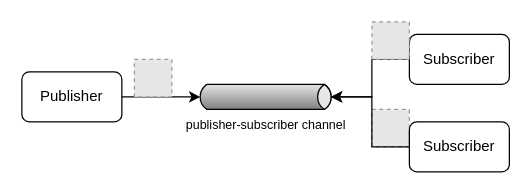
Above: imagens/10-mensageria-e-eventos/publisher-subscriber.drawio in caelum/apostila-microservices-com-spring-cloud (draw.io), before the change. Source tidied: cells renumbered, new cells numbered last; positions are measured from the earlier drawing's top-left corner, leaving out a move shared by most shapes. Both pictures are drawn from the tidied source at 125%, with x=0, y=0 at pixel (21, 21). Pictures stored in the file or linked from it are replaced by grey dashed boxes.
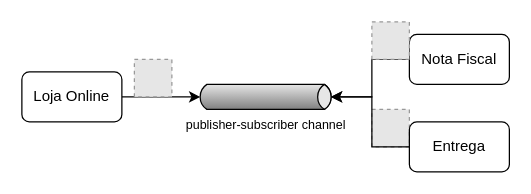
The same diagram, later.

What changed in the source:
```diff
@@
 <mxGraphModel>
   <root>
     <mxCell id="0" />
     <mxCell id="1" parent="0" />
     <mxCell id="2" style="edgeStyle=orthogonalEdgeStyle;rounded=0;jettySize=auto;html=1;exitX=1;exitY=0.5;exitDx=0;exitDy=0;entryX=0;entryY=0.5;entryDx=2.7;entryDy=0;entryPerimeter=0;fontColor=#000000;" parent="1" edge="1" source="3" target="4">
       <mxGeometry relative="1" as="geometry" />
     </mxCell>
-    <mxCell id="3" value="Publisher" style="rounded=1;whiteSpace=wrap;html=1;" parent="1" vertex="1">
+    <mxCell id="3" value="Loja Online" style="rounded=1;whiteSpace=wrap;html=1;" parent="1" vertex="1">
       <mxGeometry y="40" width="80" height="40" as="geometry" />
     </mxCell>
     <mxCell id="4" value="&lt;font style=&quot;font-size: 10px&quot;&gt;publisher-subscriber channel&lt;/font&gt;" style="strokeWidth=1;outlineConnect=0;dashed=0;align=center;html=1;fontSize=8;shape=mxgraph.eip.messageChannel;verticalLabelPosition=bottom;labelBackgroundColor=#ffffff;verticalAlign=top;" parent="1" vertex="1">
       <mxGeometry x="140" y="50" width="110" height="20" as="geometry" />
     </mxCell>
     <mxCell id="5" style="edgeStyle=orthogonalEdgeStyle;rounded=0;jettySize=auto;html=1;exitX=0;exitY=0.5;exitDx=0;exitDy=0;entryX=1;entryY=0.5;entryDx=-2.7;entryDy=0;entryPerimeter=0;fontColor=#000000;" parent="1" edge="1" source="6" target="4">
       <mxGeometry relative="1" as="geometry" />
     </mxCell>
-    <mxCell id="6" value="Subscriber" style="rounded=1;whiteSpace=wrap;html=1;" parent="1" vertex="1">
+    <mxCell id="6" value="Nota Fiscal" style="rounded=1;whiteSpace=wrap;html=1;" parent="1" vertex="1">
       <mxGeometry x="310" y="10" width="80" height="40" as="geometry" />
     </mxCell>
     <mxCell id="7" style="fillColor=#E6E6E6;strokeColor=#999999;dashed=1;html=1;verticalAlign=top;verticalLabelPosition=bottom;labelBackgroundColor=#ffffff;fontColor=#000000;" parent="1" vertex="1">
       <mxGeometry x="280" y="70" width="30" height="30" as="geometry" />
     </mxCell>
     <mxCell id="8" style="edgeStyle=orthogonalEdgeStyle;rounded=0;jettySize=auto;html=1;exitX=0;exitY=0.5;exitDx=0;exitDy=0;entryX=1;entryY=0.5;entryDx=-2.7;entryDy=0;entryPerimeter=0;fontColor=#000000;" parent="1" edge="1" source="9" target="4">
       <mxGeometry relative="1" as="geometry">
         <Array as="points">
           <mxPoint x="280" y="100" />
           <mxPoint x="280" y="60" />
         </Array>
       </mxGeometry>
     </mxCell>
-    <mxCell id="9" value="Subscriber" style="rounded=1;whiteSpace=wrap;html=1;" parent="1" vertex="1">
+    <mxCell id="9" value="Entrega" style="rounded=1;whiteSpace=wrap;html=1;" parent="1" vertex="1">
       <mxGeometry x="310" y="80" width="80" height="40" as="geometry" />
     </mxCell>
     <mxCell id="10" style="fillColor=#E6E6E6;strokeColor=#999999;dashed=1;html=1;verticalAlign=top;verticalLabelPosition=bottom;labelBackgroundColor=#ffffff;fontColor=#000000;" parent="1" vertex="1">
       <mxGeometry x="280" width="30" height="30" as="geometry" />
     </mxCell>
     <mxCell id="11" style="fillColor=#E6E6E6;strokeColor=#999999;dashed=1;html=1;verticalAlign=top;verticalLabelPosition=bottom;labelBackgroundColor=#ffffff;fontColor=#000000;" parent="1" vertex="1">
       <mxGeometry x="90" y="30" width="30" height="30" as="geometry" />
     </mxCell>
   </root>
 </mxGraphModel>
```
